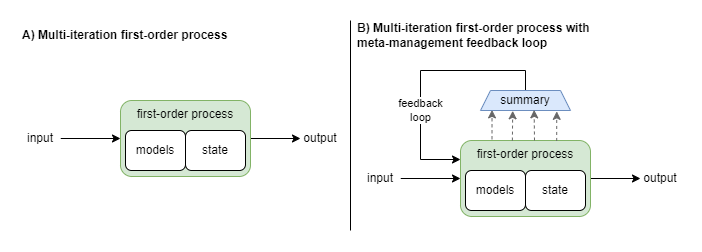
malcolmlett/malcolmlett.github.io keeps this draw.io diagram as publications/files/2023-nov-mm-clearer-explanation-architecture.drawio.png. Above is the earlier version. Source tidied: cells renumbered, new cells last; positions are measured from the earlier drawing's top-left corner, leaving out a move shared by most shapes.
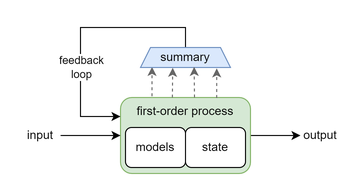
Above is the later version.

Diff of the diagram source:
```diff
@@ -56,38 +56,5 @@
     <mxCell id="15" value="state" style="rounded=1;whiteSpace=wrap;html=1;strokeColor=#000000;strokeWidth=1;" parent="1" vertex="1">
       <mxGeometry x="505" y="150" width="60" height="40" as="geometry" />
     </mxCell>
-    <mxCell id="16" value="A) Multi-iteration first-order process" style="text;html=1;strokeColor=none;fillColor=none;align=left;verticalAlign=middle;whiteSpace=wrap;rounded=0;fontSize=12;fontStyle=1;" parent="1" vertex="1">
-      <mxGeometry width="310" height="30" as="geometry" />
-    </mxCell>
-    <mxCell id="17" value="B) Multi-iteration first-order process with meta-management feedback loop" style="text;html=1;strokeColor=none;fillColor=none;align=left;verticalAlign=middle;whiteSpace=wrap;rounded=0;fontSize=12;fontStyle=1;" parent="1" vertex="1">
-      <mxGeometry x="335" width="265" height="30" as="geometry" />
-    </mxCell>
-    <mxCell id="18" style="endArrow=none;html=1;rounded=0;strokeWidth=1;fontSize=12;" parent="1" edge="1">
-      <mxGeometry relative="1" as="geometry">
-        <mxPoint x="330" y="210" as="sourcePoint" />
-        <mxPoint x="330" as="targetPoint" />
-      </mxGeometry>
-    </mxCell>
-    <mxCell id="19" style="edgeStyle=orthogonalEdgeStyle;rounded=0;jettySize=auto;html=1;entryX=0;entryY=0.5;entryDx=0;entryDy=0;" parent="1" edge="1" source="20" target="22">
-      <mxGeometry relative="1" as="geometry" />
-    </mxCell>
-    <mxCell id="20" value="first-order process" style="rounded=1;whiteSpace=wrap;html=1;verticalAlign=top;fillColor=#d5e8d4;strokeColor=#82b366;" parent="1" vertex="1">
-      <mxGeometry x="100" y="80" width="130" height="76" as="geometry" />
-    </mxCell>
-    <mxCell id="21" style="endArrow=classic;html=1;rounded=0;entryX=0;entryY=0.5;entryDx=0;entryDy=0;exitX=1;exitY=0.5;exitDx=0;exitDy=0;" parent="1" edge="1" source="23" target="20">
-      <mxGeometry relative="1" as="geometry" />
-    </mxCell>
-    <mxCell id="22" value="output" style="rounded=0;whiteSpace=wrap;html=1;strokeWidth=1;strokeColor=none;" parent="1" vertex="1">
-      <mxGeometry x="280" y="108" width="40" height="20" as="geometry" />
-    </mxCell>
-    <mxCell id="23" value="input" style="rounded=0;whiteSpace=wrap;html=1;strokeWidth=1;strokeColor=none;" parent="1" vertex="1">
-      <mxGeometry y="108" width="40" height="20" as="geometry" />
-    </mxCell>
-    <mxCell id="24" value="models" style="rounded=1;whiteSpace=wrap;html=1;strokeColor=#000000;strokeWidth=1;" parent="1" vertex="1">
-      <mxGeometry x="105" y="110" width="60" height="40" as="geometry" />
-    </mxCell>
-    <mxCell id="25" value="state" style="rounded=1;whiteSpace=wrap;html=1;strokeColor=#000000;strokeWidth=1;" parent="1" vertex="1">
-      <mxGeometry x="165" y="110" width="60" height="40" as="geometry" />
-    </mxCell>
   </root>
 </mxGraphModel>
```
